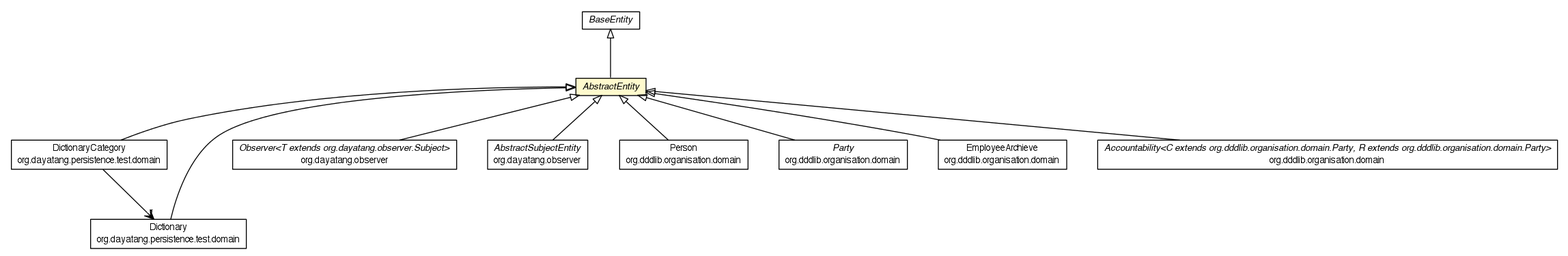
Earlier version of the Graphviz export apidocs/org/dayatang/domain/AbstractEntity.png (dayatang/dddlib). Its source is kept beside it as apidocs/org/dayatang/domain/AbstractEntity.dot.
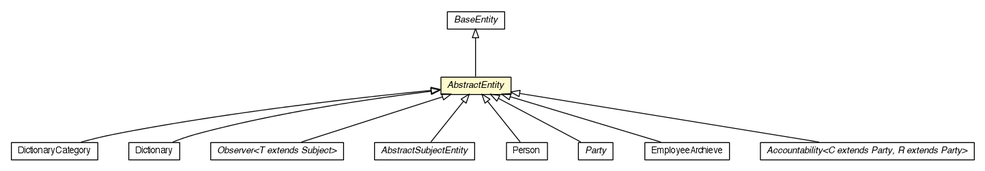
Later version of the same file.

Diff of the diagram source:
```diff
@@ -4,72 +4,63 @@
 	node [fontname="Helvetica",fontsize=10,shape=plaintext];
 	nodesep=0.25;
 	ranksep=0.5;
-	c20720 [label=<<table title="org.dayatang.domain.BaseEntity" border="0" cellborder="1" cellspacing="0" cellpadding="2" port="p" href="./BaseEntity.html">
+	c20630 [label=<<table title="org.dayatang.domain.BaseEntity" border="0" cellborder="1" cellspacing="0" cellpadding="2" port="p" href="./BaseEntity.html">
 		<tr><td><table border="0" cellspacing="0" cellpadding="1">
 <tr><td align="center" balign="center"><font face="Helvetica-Oblique"> BaseEntity </font></td></tr>
 		</table></td></tr>
 		</table>>, URL="./BaseEntity.html", fontname="Helvetica", fontcolor="black", fontsize=10.0];
-	c20721 [label=<<table title="org.dayatang.domain.AbstractEntity" border="0" cellborder="1" cellspacing="0" cellpadding="2" port="p" bgcolor="lemonChiffon" href="./AbstractEntity.html">
+	c20631 [label=<<table title="org.dayatang.domain.AbstractEntity" border="0" cellborder="1" cellspacing="0" cellpadding="2" port="p" bgcolor="lemonChiffon" href="./AbstractEntity.html">
 		<tr><td><table border="0" cellspacing="0" cellpadding="1">
 <tr><td align="center" balign="center"><font face="Helvetica-Oblique"> AbstractEntity </font></td></tr>
 		</table></td></tr>
 		</table>>, URL="./AbstractEntity.html", fontname="Helvetica", fontcolor="black", fontsize=10.0];
-	c20788 [label=<<table title="org.dayatang.persistence.test.domain.DictionaryCategory" border="0" cellborder="1" cellspacing="0" cellpadding="2" port="p" href="../persistence/test/domain/DictionaryCategory.html">
+	c20698 [label=<<table title="org.dayatang.persistence.test.domain.DictionaryCategory" border="0" cellborder="1" cellspacing="0" cellpadding="2" port="p" href="../persistence/test/domain/DictionaryCategory.html">
 		<tr><td><table border="0" cellspacing="0" cellpadding="1">
 <tr><td align="center" balign="center"> DictionaryCategory </td></tr>
-<tr><td align="center" balign="center"> org.dayatang.persistence.test.domain </td></tr>
 		</table></td></tr>
 		</table>>, URL="../persistence/test/domain/DictionaryCategory.html", fontname="Helvetica", fontcolor="black", fontsize=10.0];
-	c20789 [label=<<table title="org.dayatang.persistence.test.domain.Dictionary" border="0" cellborder="1" cellspacing="0" cellpadding="2" port="p" href="../persistence/test/domain/Dictionary.html">
+	c20699 [label=<<table title="org.dayatang.persistence.test.domain.Dictionary" border="0" cellborder="1" cellspacing="0" cellpadding="2" port="p" href="../persistence/test/domain/Dictionary.html">
 		<tr><td><table border="0" cellspacing="0" cellpadding="1">
 <tr><td align="center" balign="center"> Dictionary </td></tr>
-<tr><td align="center" balign="center"> org.dayatang.persistence.test.domain </td></tr>
 		</table></td></tr>
 		</table>>, URL="../persistence/test/domain/Dictionary.html", fontname="Helvetica", fontcolor="black", fontsize=10.0];
-	c20853 [label=<<table title="org.dayatang.observer.Observer" border="0" cellborder="1" cellspacing="0" cellpadding="2" port="p" href="../observer/Observer.html">
+	c20763 [label=<<table title="org.dayatang.observer.Observer" border="0" cellborder="1" cellspacing="0" cellpadding="2" port="p" href="../observer/Observer.html">
 		<tr><td><table border="0" cellspacing="0" cellpadding="1">
-<tr><td align="center" balign="center"><font face="Helvetica-Oblique"> Observer&lt;T extends org.dayatang.observer.Subject&gt; </font></td></tr>
-<tr><td align="center" balign="center"> org.dayatang.observer </td></tr>
+<tr><td align="center" balign="center"><font face="Helvetica-Oblique"> Observer&lt;T extends Subject&gt; </font></td></tr>
 		</table></td></tr>
 		</table>>, URL="../observer/Observer.html", fontname="Helvetica", fontcolor="black", fontsize=10.0];
-	c20854 [label=<<table title="org.dayatang.observer.AbstractSubjectEntity" border="0" cellborder="1" cellspacing="0" cellpadding="2" port="p" href="../observer/AbstractSubjectEntity.html">
+	c20764 [label=<<table title="org.dayatang.observer.AbstractSubjectEntity" border="0" cellborder="1" cellspacing="0" cellpadding="2" port="p" href="../observer/AbstractSubjectEntity.html">
 		<tr><td><table border="0" cellspacing="0" cellpadding="1">
 <tr><td align="center" balign="center"><font face="Helvetica-Oblique"> AbstractSubjectEntity </font></td></tr>
-<tr><td align="center" balign="center"> org.dayatang.observer </td></tr>
 		</table></td></tr>
 		</table>>, URL="../observer/AbstractSubjectEntity.html", fontname="Helvetica", fontcolor="black", fontsize=10.0];
-	c20934 [label=<<table title="org.dddlib.organisation.domain.Person" border="0" cellborder="1" cellspacing="0" cellpadding="2" port="p" href="../../dddlib/organisation/domain/Person.html">
+	c20844 [label=<<table title="org.dddlib.organisation.domain.Person" border="0" cellborder="1" cellspacing="0" cellpadding="2" port="p" href="../../dddlib/organisation/domain/Person.html">
 		<tr><td><table border="0" cellspacing="0" cellpadding="1">
 <tr><td align="center" balign="center"> Person </td></tr>
-<tr><td align="center" balign="center"> org.dddlib.organisation.domain </td></tr>
 		</table></td></tr>
 		</table>>, URL="../../dddlib/organisation/domain/Person.html", fontname="Helvetica", fontcolor="black", fontsize=10.0];
-	c20935 [label=<<table title="org.dddlib.organisation.domain.Party" border="0" cellborder="1" cellspacing="0" cellpadding="2" port="p" href="../../dddlib/organisation/domain/Party.html">
+	c20845 [label=<<table title="org.dddlib.organisation.domain.Party" border="0" cellborder="1" cellspacing="0" cellpadding="2" port="p" href="../../dddlib/organisation/domain/Party.html">
 		<tr><td><table border="0" cellspacing="0" cellpadding="1">
 <tr><td align="center" balign="center"><font face="Helvetica-Oblique"> Party </font></td></tr>
-<tr><td align="center" balign="center"> org.dddlib.organisation.domain </td></tr>
 		</table></td></tr>
 		</table>>, URL="../../dddlib/organisation/domain/Party.html", fontname="Helvetica", fontcolor="black", fontsize=10.0];
-	c20942 [label=<<table title="org.dddlib.organisation.domain.EmployeeArchieve" border="0" cellborder="1" cellspacing="0" cellpadding="2" port="p" href="../../dddlib/organisation/domain/EmployeeArchieve.html">
+	c20852 [label=<<table title="org.dddlib.organisation.domain.EmployeeArchieve" border="0" cellborder="1" cellspacing="0" cellpadding="2" port="p" href="../../dddlib/organisation/domain/EmployeeArchieve.html">
 		<tr><td><table border="0" cellspacing="0" cellpadding="1">
 <tr><td align="center" balign="center"> EmployeeArchieve </td></tr>
-<tr><td align="center" balign="center"> org.dddlib.organisation.domain </td></tr>
 		</table></td></tr>
 		</table>>, URL="../../dddlib/organisation/domain/EmployeeArchieve.html", fontname="Helvetica", fontcolor="black", fontsize=10.0];
-	c20948 [label=<<table title="org.dddlib.organisation.domain.Accountability" border="0" cellborder="1" cellspacing="0" cellpadding="2" port="p" href="../../dddlib/organisation/domain/Accountability.html">
+	c20858 [label=<<table title="org.dddlib.organisation.domain.Accountability" border="0" cellborder="1" cellspacing="0" cellpadding="2" port="p" href="../../dddlib/organisation/domain/Accountability.html">
 		<tr><td><table border="0" cellspacing="0" cellpadding="1">
-<tr><td align="center" balign="center"><font face="Helvetica-Oblique"> Accountability&lt;C extends org.dddlib.organisation.domain.Party, R extends org.dddlib.organisation.domain.Party&gt; </font></td></tr>
-<tr><td align="center" balign="center"> org.dddlib.organisation.domain </td></tr>
+<tr><td align="center" balign="center"><font face="Helvetica-Oblique"> Accountability&lt;C extends Party, R extends Party&gt; </font></td></tr>
 		</table></td></tr>
 		</table>>, URL="../../dddlib/organisation/domain/Accountability.html", fontname="Helvetica", fontcolor="black", fontsize=10.0];
-	c20720:p -> c20721:p [dir=back,arrowtail=empty];
-	c20721:p -> c20788:p [dir=back,arrowtail=empty];
-	c20721:p -> c20789:p [dir=back,arrowtail=empty];
-	c20721:p -> c20853:p [dir=back,arrowtail=empty];
-	c20721:p -> c20854:p [dir=back,arrowtail=empty];
-	c20721:p -> c20934:p [dir=back,arrowtail=empty];
-	c20721:p -> c20935:p [dir=back,arrowtail=empty];
-	c20721:p -> c20942:p [dir=back,arrowtail=empty];
-	c20721:p -> c20948:p [dir=back,arrowtail=empty];
-	c20788:p -> c20789:p [taillabel="", label=" "headlabel="*", fontname="Helvetica", fontcolor="black", fontsize=10.0, color="black", arrowhead=open];
+	c20630:p -> c20631:p [dir=back,arrowtail=empty];
+	c20631:p -> c20698:p [dir=back,arrowtail=empty];
+	c20631:p -> c20699:p [dir=back,arrowtail=empty];
+	c20631:p -> c20763:p [dir=back,arrowtail=empty];
+	c20631:p -> c20764:p [dir=back,arrowtail=empty];
+	c20631:p -> c20844:p [dir=back,arrowtail=empty];
+	c20631:p -> c20845:p [dir=back,arrowtail=empty];
+	c20631:p -> c20852:p [dir=back,arrowtail=empty];
+	c20631:p -> c20858:p [dir=back,arrowtail=empty];
 }
```
